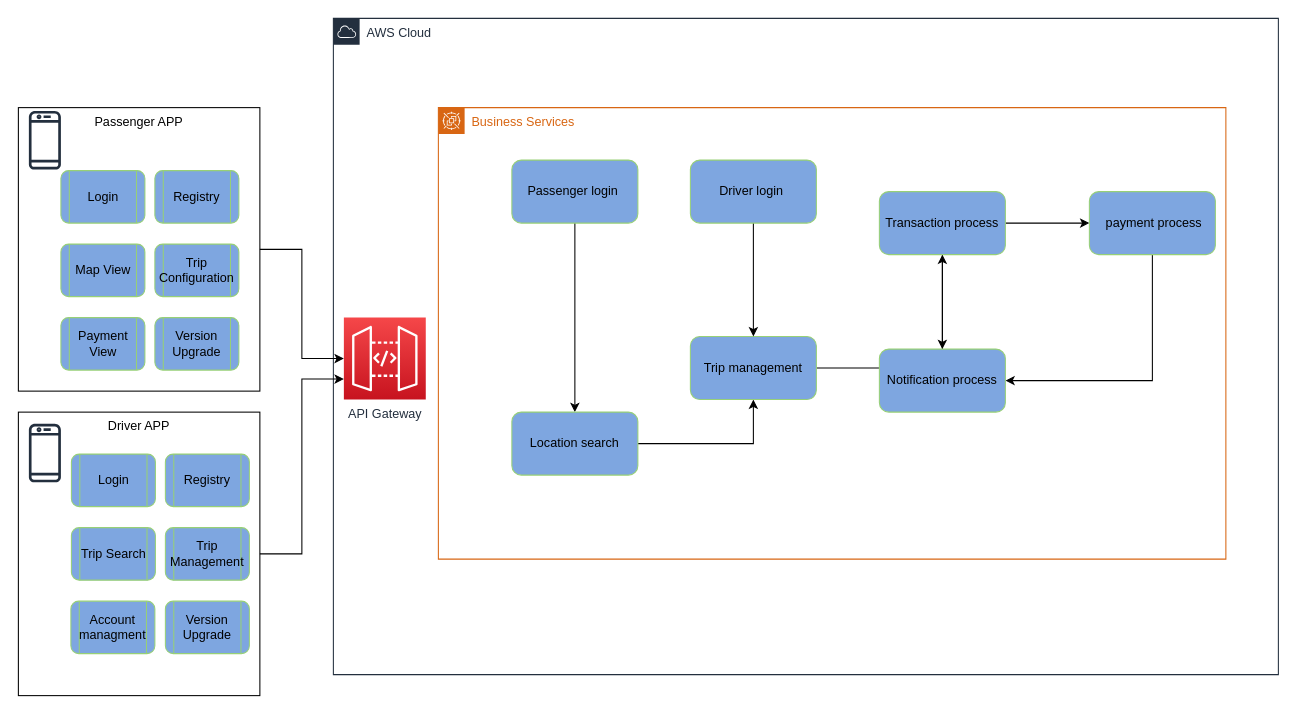
Above: page "Component Model" (4 of 4) of DD_Logical_Arch_overview.drawio in JackZhao2517/drawio_folder (draw.io), before the change. Source tidied: cells renumbered, new cells numbered last; positions are measured from the earlier drawing's top-left corner, leaving out a move shared by most shapes. Both pictures are drawn from the tidied source at 105%, with x=0, y=0 at pixel (18, 18).
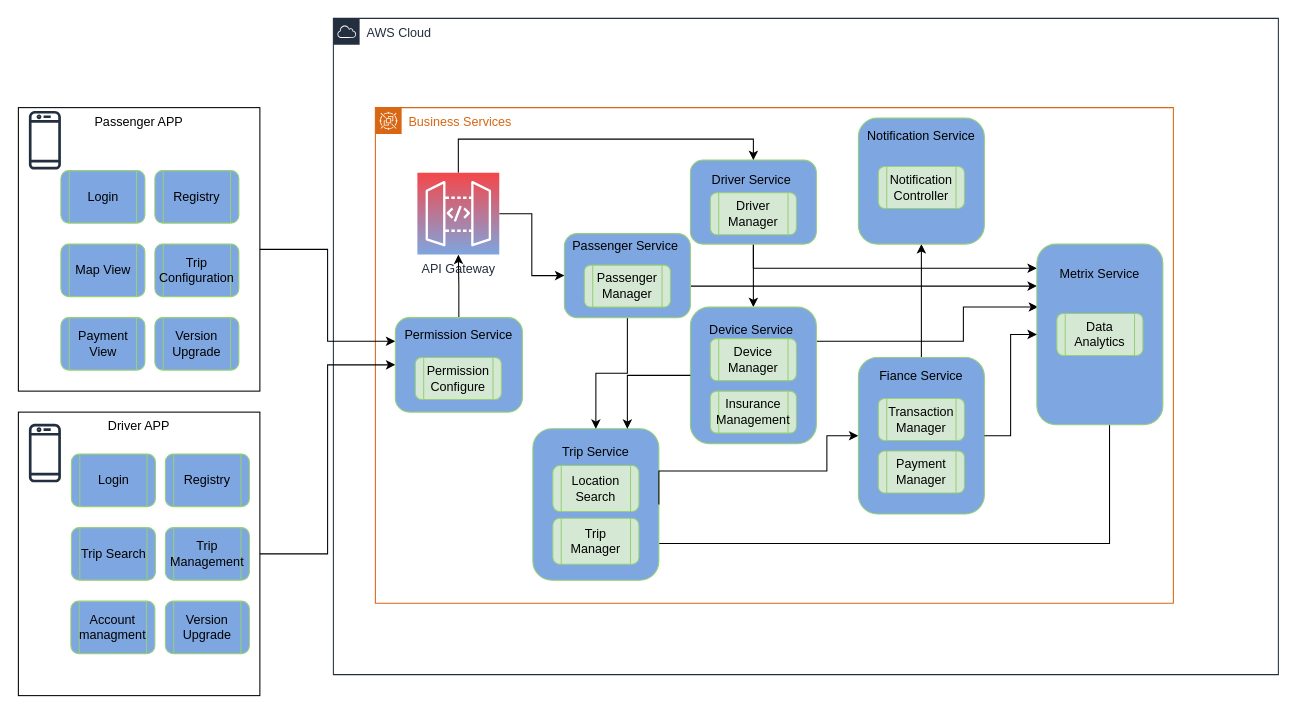
The same page after the edit.

Unchanged cells that the change refers to:
```xml
<mxCell id="19" value="Passenger APP" style="fillColor=none;strokeColor=#000000;verticalAlign=top;fontStyle=0;fontColor=#000000;shadow=0;" parent="1" vertex="1">
  <mxGeometry y="85" width="230" height="270" as="geometry" />
</mxCell>
<mxCell id="28" value="Driver APP" style="fillColor=none;strokeColor=#000000;verticalAlign=top;fontStyle=0;fontColor=#000000;shadow=0;" parent="1" vertex="1">
  <mxGeometry y="375" width="230" height="270" as="geometry" />
</mxCell>
```

What changed in the source:
```diff
@@
+    <mxCell id="37" style="group;" parent="1" vertex="1">
+      <mxGeometry x="350" y="85" width="750" height="472" as="geometry" />
+    </mxCell>
-    <mxCell id="3" value="Business Services" style="points=[[0,0],[0.25,0],[0.5,0],[0.75,0],[1,0],[1,0.25],[1,0.5],[1,0.75],[1,1],[0.75,1],[0.5,1],[0.25,1],[0,1],[0,0.75],[0,0.5],[0,0.25]];outlineConnect=0;gradientColor=none;html=1;whiteSpace=wrap;fontSize=12;fontStyle=0;shape=mxgraph.aws4.group;grIcon=mxgraph.aws4.group_spot_fleet;strokeColor=#D86613;fillColor=none;verticalAlign=top;align=left;spacingLeft=30;fontColor=#D86613;dashed=0;rounded=1;shadow=0;" parent="1" vertex="1">
-      <mxGeometry x="400" y="85" width="750" height="430" as="geometry" />
+    <mxCell id="3" value="Business Services" style="points=[[0,0],[0.25,0],[0.5,0],[0.75,0],[1,0],[1,0.25],[1,0.5],[1,0.75],[1,1],[0.75,1],[0.5,1],[0.25,1],[0,1],[0,0.75],[0,0.5],[0,0.25]];outlineConnect=0;gradientColor=none;html=1;whiteSpace=wrap;fontSize=12;fontStyle=0;shape=mxgraph.aws4.group;grIcon=mxgraph.aws4.group_spot_fleet;strokeColor=#D86613;fillColor=none;verticalAlign=top;align=left;spacingLeft=30;fontColor=#D86613;dashed=0;rounded=1;shadow=0;" parent="37" vertex="1">
+      <mxGeometry x="-10" width="760" height="472" as="geometry" />
     </mxCell>
+    <mxCell id="38" style="edgeStyle=orthogonalEdgeStyle;rounded=0;jettySize=auto;html=1;entryX=0.92;entryY=0.556;entryDx=0;entryDy=0;entryPerimeter=0;" parent="37" edge="1" source="7" target="3">
+      <mxGeometry relative="1" as="geometry">
+        <Array as="points">
+          <mxPoint x="690" y="415.2" />
+        </Array>
+      </mxGeometry>
+    </mxCell>
+    <mxCell id="7" value="&lt;div&gt;Trip Service&lt;/div&gt;&lt;div&gt;&lt;br&gt;&lt;/div&gt;&lt;div&gt;&lt;br&gt;&lt;/div&gt;&lt;div&gt;&lt;br&gt;&lt;/div&gt;&lt;div&gt;&lt;br&gt;&lt;/div&gt;&lt;div&gt;&lt;br&gt;&lt;/div&gt;&lt;div&gt;&lt;br&gt;&lt;/div&gt;&lt;div&gt;&lt;br&gt;&lt;/div&gt;" style="whiteSpace=wrap;html=1;rounded=1;shadow=0;strokeColor=#97D077;fillColor=#7EA6E0;" parent="37" vertex="1">
+      <mxGeometry x="140" y="305.9" width="120" height="144.2" as="geometry" />
+    </mxCell>
+    <mxCell id="39" value="Location Search" style="shape=process;whiteSpace=wrap;html=1;backgroundOutline=1;rounded=1;shadow=0;strokeColor=#97D077;fillColor=#D5E8D4;" parent="37" vertex="1">
+      <mxGeometry x="159" y="340.9" width="82" height="43.7" as="geometry" />
+    </mxCell>
+    <mxCell id="40" value="Trip Manager" style="shape=process;whiteSpace=wrap;html=1;backgroundOutline=1;rounded=1;shadow=0;strokeColor=#97D077;fillColor=#D5E8D4;" parent="37" vertex="1">
+      <mxGeometry x="159" y="391.1" width="82" height="43.7" as="geometry" />
+    </mxCell>
@@
+    <mxCell id="41" style="edgeStyle=orthogonalEdgeStyle;rounded=0;jettySize=auto;html=1;" parent="1" edge="1" source="5" target="55">
+      <mxGeometry relative="1" as="geometry">
+        <Array as="points">
+          <mxPoint x="800" y="255" />
+          <mxPoint x="800" y="255" />
+        </Array>
+      </mxGeometry>
+    </mxCell>
-    <mxCell id="5" value="Passenger login&amp;nbsp; " style="rounded=1;whiteSpace=wrap;html=1;shadow=0;strokeColor=#97D077;fillColor=#7EA6E0;" parent="1" vertex="1">
-      <mxGeometry x="470" y="135" width="120" height="60" as="geometry" />
+    <mxCell id="5" value="&lt;div&gt;Passenger Service&amp;nbsp; &lt;br&gt;&lt;/div&gt;&lt;div&gt;&lt;br&gt;&lt;/div&gt;&lt;div&gt;&lt;br&gt;&lt;/div&gt;&lt;div&gt;&lt;br&gt;&lt;/div&gt;&lt;div&gt;&lt;br&gt;&lt;/div&gt;" style="rounded=1;whiteSpace=wrap;html=1;shadow=0;strokeColor=#97D077;fillColor=#7EA6E0;" parent="1" vertex="1">
+      <mxGeometry x="520" y="205" width="120" height="80" as="geometry" />
     </mxCell>
-    <mxCell id="6" style="edgeStyle=orthogonalEdgeStyle;rounded=0;jettySize=auto;html=1;" parent="1" edge="1" source="7" target="9">
-      <mxGeometry relative="1" as="geometry" />
-    </mxCell>
-    <mxCell id="7" value="Location search" style="whiteSpace=wrap;html=1;rounded=1;shadow=0;strokeColor=#97D077;fillColor=#7EA6E0;" parent="1" vertex="1">
-      <mxGeometry x="470" y="375" width="120" height="60" as="geometry" />
-    </mxCell>
-    <mxCell id="8" style="edgeStyle=orthogonalEdgeStyle;rounded=0;jettySize=auto;html=1;" parent="1" edge="1" source="9" target="12">
-      <mxGeometry relative="1" as="geometry" />
+    <mxCell id="8" style="edgeStyle=orthogonalEdgeStyle;rounded=0;jettySize=auto;html=1;entryX=0;entryY=0.5;entryDx=0;entryDy=0;exitX=1;exitY=0.5;exitDx=0;exitDy=0;" parent="1" edge="1" source="7" target="14">
+      <mxGeometry relative="1" as="geometry">
+        <Array as="points">
+          <mxPoint x="770" y="431" />
+          <mxPoint x="770" y="398" />
+        </Array>
+      </mxGeometry>
     </mxCell>
-    <mxCell id="9" value="Trip management" style="whiteSpace=wrap;html=1;rounded=1;shadow=0;strokeColor=#97D077;fillColor=#7EA6E0;" parent="1" vertex="1">
-      <mxGeometry x="640" y="303" width="120" height="60" as="geometry" />
-    </mxCell>
-    <mxCell id="10" style="edgeStyle=orthogonalEdgeStyle;rounded=0;jettySize=auto;html=1;" parent="1" edge="1" source="12" target="14">
-      <mxGeometry relative="1" as="geometry" />
-    </mxCell>
-    <mxCell id="11" style="edgeStyle=orthogonalEdgeStyle;rounded=0;jettySize=auto;html=1;" parent="1" edge="1" source="12" target="17">
-      <mxGeometry relative="1" as="geometry" />
-    </mxCell>
-    <mxCell id="12" value="Transaction process" style="whiteSpace=wrap;html=1;rounded=1;shadow=0;strokeColor=#97D077;fillColor=#7EA6E0;" parent="1" vertex="1">
-      <mxGeometry x="820" y="165" width="120" height="60" as="geometry" />
-    </mxCell>
-    <mxCell id="13" style="edgeStyle=orthogonalEdgeStyle;rounded=0;jettySize=auto;html=1;exitX=0.5;exitY=1;exitDx=0;exitDy=0;entryX=1;entryY=0.5;entryDx=0;entryDy=0;" parent="1" edge="1" source="14" target="17">
-      <mxGeometry relative="1" as="geometry" />
+    <mxCell id="13" style="edgeStyle=orthogonalEdgeStyle;rounded=0;jettySize=auto;html=1;exitX=0.5;exitY=0;exitDx=0;exitDy=0;entryX=0.5;entryY=1;entryDx=0;entryDy=0;" parent="1" edge="1" source="14" target="17">
+      <mxGeometry relative="1" as="geometry">
+        <Array as="points">
+          <mxPoint x="860" y="235" />
+          <mxPoint x="860" y="235" />
+        </Array>
+      </mxGeometry>
     </mxCell>
-    <mxCell id="14" value="&amp;nbsp;payment process" style="whiteSpace=wrap;html=1;rounded=1;shadow=0;strokeColor=#97D077;fillColor=#7EA6E0;" parent="1" vertex="1">
-      <mxGeometry x="1020" y="165" width="120" height="60" as="geometry" />
-    </mxCell>
-    <mxCell id="15" style="edgeStyle=orthogonalEdgeStyle;rounded=0;jettySize=auto;html=1;" parent="1" edge="1" source="16" target="9">
+    <mxCell id="15" style="edgeStyle=orthogonalEdgeStyle;rounded=0;jettySize=auto;html=1;entryX=0.5;entryY=0;entryDx=0;entryDy=0;" parent="1" edge="1" source="16" target="51">
       <mxGeometry relative="1" as="geometry" />
     </mxCell>
+    <mxCell id="42" style="edgeStyle=orthogonalEdgeStyle;rounded=0;jettySize=auto;html=1;" parent="1" edge="1" source="16" target="55">
+      <mxGeometry relative="1" as="geometry">
+        <Array as="points">
+          <mxPoint x="700" y="238" />
+        </Array>
+      </mxGeometry>
+    </mxCell>
-    <mxCell id="16" value="Driver login&amp;nbsp; " style="rounded=1;whiteSpace=wrap;html=1;shadow=0;strokeColor=#97D077;fillColor=#7EA6E0;" parent="1" vertex="1">
-      <mxGeometry x="640" y="135" width="120" height="60" as="geometry" />
+    <mxCell id="16" value="&lt;div&gt;Driver Service&amp;nbsp; &lt;br&gt;&lt;/div&gt;&lt;div&gt;&lt;br&gt;&lt;/div&gt;&lt;div&gt;&lt;br&gt;&lt;/div&gt;&lt;div&gt;&lt;br&gt;&lt;/div&gt;" style="rounded=1;whiteSpace=wrap;html=1;shadow=0;strokeColor=#97D077;fillColor=#7EA6E0;" parent="1" vertex="1">
+      <mxGeometry x="640" y="135" width="120" height="80" as="geometry" />
     </mxCell>
-    <mxCell id="17" value="Notification process" style="whiteSpace=wrap;html=1;rounded=1;shadow=0;strokeColor=#97D077;fillColor=#7EA6E0;" parent="1" vertex="1">
-      <mxGeometry x="820" y="315" width="120" height="60" as="geometry" />
-    </mxCell>
-    <mxCell id="18" style="edgeStyle=orthogonalEdgeStyle;rounded=0;jettySize=auto;html=1;exitX=1;exitY=0.5;exitDx=0;exitDy=0;" parent="1" edge="1" source="19" target="36">
+    <mxCell id="18" style="edgeStyle=orthogonalEdgeStyle;rounded=0;jettySize=auto;html=1;exitX=1;exitY=0.5;exitDx=0;exitDy=0;entryX=0;entryY=0.25;entryDx=0;entryDy=0;" parent="1" edge="1" source="19" target="46">
       <mxGeometry relative="1" as="geometry" />
     </mxCell>
@@
-    <mxCell id="27" style="edgeStyle=orthogonalEdgeStyle;rounded=0;jettySize=auto;html=1;exitX=1;exitY=0.5;exitDx=0;exitDy=0;entryX=0;entryY=0.75;entryDx=0;entryDy=0;entryPerimeter=0;" parent="1" edge="1" source="28" target="36">
+    <mxCell id="27" style="edgeStyle=orthogonalEdgeStyle;rounded=0;jettySize=auto;html=1;exitX=1;exitY=0.5;exitDx=0;exitDy=0;entryX=0;entryY=0.5;entryDx=0;entryDy=0;" parent="1" edge="1" source="28" target="46">
       <mxGeometry relative="1" as="geometry" />
     </mxCell>
@@
+    <mxCell id="43" style="edgeStyle=orthogonalEdgeStyle;rounded=0;jettySize=auto;html=1;entryX=0;entryY=0.5;entryDx=0;entryDy=0;" parent="1" edge="1" source="36" target="5">
+      <mxGeometry relative="1" as="geometry" />
+    </mxCell>
+    <mxCell id="44" style="edgeStyle=orthogonalEdgeStyle;rounded=0;jettySize=auto;html=1;entryX=0.5;entryY=0;entryDx=0;entryDy=0;exitX=0.5;exitY=0;exitDx=0;exitDy=0;exitPerimeter=0;" parent="1" edge="1" source="36" target="16">
+      <mxGeometry relative="1" as="geometry">
+        <Array as="points">
+          <mxPoint x="419" y="115" />
+          <mxPoint x="700" y="115" />
+        </Array>
+      </mxGeometry>
+    </mxCell>
-    <mxCell id="36" value="API Gateway" style="points=[[0,0,0],[0.25,0,0],[0.5,0,0],[0.75,0,0],[1,0,0],[0,1,0],[0.25,1,0],[0.5,1,0],[0.75,1,0],[1,1,0],[0,0.25,0],[0,0.5,0],[0,0.75,0],[1,0.25,0],[1,0.5,0],[1,0.75,0]];outlineConnect=0;fontColor=#232F3E;gradientColor=#F54749;gradientDirection=north;fillColor=#C7131F;strokeColor=#ffffff;dashed=0;verticalLabelPosition=bottom;verticalAlign=top;align=center;html=1;fontSize=12;fontStyle=0;shape=mxgraph.aws4.resourceIcon;resIcon=mxgraph.aws4.api_gateway;rounded=1;shadow=0;" parent="1" vertex="1">
-      <mxGeometry x="310" y="285" width="78" height="78" as="geometry" />
+    <mxCell id="36" value="API Gateway" style="points=[[0,0,0],[0.25,0,0],[0.5,0,0],[0.75,0,0],[1,0,0],[0,1,0],[0.25,1,0],[0.5,1,0],[0.75,1,0],[1,1,0],[0,0.25,0],[0,0.5,0],[0,0.75,0],[1,0.25,0],[1,0.5,0],[1,0.75,0]];outlineConnect=0;fontColor=#232F3E;gradientColor=#F54749;gradientDirection=north;fillColor=#7EA6E0;strokeColor=#ffffff;dashed=0;verticalLabelPosition=bottom;verticalAlign=top;align=center;html=1;fontSize=12;fontStyle=0;shape=mxgraph.aws4.resourceIcon;resIcon=mxgraph.aws4.api_gateway;rounded=1;shadow=0;" parent="1" vertex="1">
+      <mxGeometry x="380" y="147" width="78" height="78" as="geometry" />
     </mxCell>
+    <mxCell id="45" style="edgeStyle=orthogonalEdgeStyle;rounded=0;jettySize=auto;html=1;" parent="1" edge="1" source="46" target="36">
+      <mxGeometry relative="1" as="geometry" />
+    </mxCell>
+    <mxCell id="46" value="&lt;div&gt;Permission Service&lt;/div&gt;&lt;div&gt;&lt;br&gt;&lt;/div&gt;&lt;div&gt;&lt;br&gt;&lt;/div&gt;&lt;div&gt;&lt;br&gt;&lt;/div&gt;&lt;div&gt;&lt;br&gt;&lt;/div&gt;" style="whiteSpace=wrap;html=1;rounded=1;shadow=0;strokeColor=#97D077;fillColor=#7EA6E0;" parent="1" vertex="1">
+      <mxGeometry x="359" y="285" width="121" height="90" as="geometry" />
+    </mxCell>
+    <mxCell id="47" value="Permission Configure" style="shape=process;whiteSpace=wrap;html=1;backgroundOutline=1;rounded=1;shadow=0;strokeColor=#97D077;fillColor=#D5E8D4;" parent="1" vertex="1">
+      <mxGeometry x="378" y="323" width="82" height="40" as="geometry" />
+    </mxCell>
+    <mxCell id="48" value="Passenger Manager" style="shape=process;whiteSpace=wrap;html=1;backgroundOutline=1;rounded=1;shadow=0;strokeColor=#97D077;fillColor=#D5E8D4;" parent="1" vertex="1">
+      <mxGeometry x="539" y="235" width="82" height="40" as="geometry" />
+    </mxCell>
+    <mxCell id="49" value="Driver Manager" style="shape=process;whiteSpace=wrap;html=1;backgroundOutline=1;rounded=1;shadow=0;strokeColor=#97D077;fillColor=#D5E8D4;" parent="1" vertex="1">
+      <mxGeometry x="659" y="166" width="82" height="40" as="geometry" />
+    </mxCell>
+    <mxCell id="50" style="edgeStyle=orthogonalEdgeStyle;rounded=0;jettySize=auto;html=1;entryX=0.01;entryY=0.348;entryDx=0;entryDy=0;exitX=1;exitY=0.25;exitDx=0;exitDy=0;entryPerimeter=0;" parent="1" edge="1" source="51" target="55">
+      <mxGeometry relative="1" as="geometry">
+        <Array as="points">
+          <mxPoint x="900" y="308" />
+          <mxPoint x="900" y="275" />
+        </Array>
+      </mxGeometry>
+    </mxCell>
+    <mxCell id="51" value="&lt;div&gt;Device Service&amp;nbsp; &lt;br&gt;&lt;/div&gt;&lt;div&gt;&lt;br&gt;&lt;/div&gt;&lt;div&gt;&lt;br&gt;&lt;/div&gt;&lt;div&gt;&lt;br&gt;&lt;/div&gt;&lt;div&gt;&lt;br&gt;&lt;/div&gt;&lt;div&gt;&lt;br&gt;&lt;/div&gt;&lt;div&gt;&lt;br&gt;&lt;/div&gt;" style="rounded=1;whiteSpace=wrap;html=1;shadow=0;strokeColor=#97D077;fillColor=#7EA6E0;" parent="1" vertex="1">
+      <mxGeometry x="640" y="275" width="120" height="130" as="geometry" />
+    </mxCell>
+    <mxCell id="52" value="Device Manager" style="shape=process;whiteSpace=wrap;html=1;backgroundOutline=1;rounded=1;shadow=0;strokeColor=#97D077;fillColor=#D5E8D4;" parent="1" vertex="1">
+      <mxGeometry x="659" y="305" width="82" height="40" as="geometry" />
+    </mxCell>
+    <mxCell id="53" style="edgeStyle=orthogonalEdgeStyle;rounded=0;jettySize=auto;html=1;entryX=0.75;entryY=0;entryDx=0;entryDy=0;exitX=0;exitY=0.5;exitDx=0;exitDy=0;" parent="1" edge="1" source="51" target="7">
+      <mxGeometry relative="1" as="geometry" />
+    </mxCell>
+    <mxCell id="54" value="Insurance Management" style="shape=process;whiteSpace=wrap;html=1;backgroundOutline=1;rounded=1;shadow=0;strokeColor=#97D077;fillColor=#D5E8D4;" parent="1" vertex="1">
+      <mxGeometry x="659" y="355" width="82" height="40" as="geometry" />
+    </mxCell>
+    <mxCell id="55" value="&lt;div&gt;Metrix Service&lt;/div&gt;&lt;div&gt;&lt;br&gt;&lt;/div&gt;&lt;div&gt;&lt;br&gt;&lt;/div&gt;&lt;div&gt;&lt;br&gt;&lt;/div&gt;&lt;div&gt;&lt;br&gt;&lt;/div&gt;&lt;div&gt;&lt;br&gt;&lt;/div&gt;&lt;div&gt;&lt;br&gt;&lt;/div&gt;&lt;div&gt;&lt;br&gt;&lt;/div&gt;&lt;div&gt;&lt;br&gt;&lt;/div&gt;" style="whiteSpace=wrap;html=1;rounded=1;shadow=0;strokeColor=#97D077;fillColor=#7EA6E0;" parent="1" vertex="1">
+      <mxGeometry x="970" y="215" width="120" height="172" as="geometry" />
+    </mxCell>
+    <mxCell id="56" style="group;" parent="1" vertex="1">
+      <mxGeometry x="800" y="95" width="120" height="120" as="geometry" />
+    </mxCell>
+    <mxCell id="17" value="&lt;div&gt;Notification Service&lt;/div&gt;&lt;div&gt;&lt;br&gt;&lt;/div&gt;&lt;div&gt;&lt;br&gt;&lt;/div&gt;&lt;div&gt;&lt;br&gt;&lt;/div&gt;&lt;div&gt;&lt;br&gt;&lt;/div&gt;&lt;div&gt;&lt;br&gt;&lt;/div&gt;&lt;div&gt;&lt;br&gt;&lt;/div&gt;" style="whiteSpace=wrap;html=1;rounded=1;shadow=0;strokeColor=#97D077;fillColor=#7EA6E0;" parent="56" vertex="1">
+      <mxGeometry width="120" height="120" as="geometry" />
+    </mxCell>
+    <mxCell id="57" value="Notification Controller" style="shape=process;whiteSpace=wrap;html=1;backgroundOutline=1;rounded=1;shadow=0;strokeColor=#97D077;fillColor=#D5E8D4;" parent="56" vertex="1">
+      <mxGeometry x="19" y="46" width="82" height="40" as="geometry" />
+    </mxCell>
+    <mxCell id="58" style="group;" parent="1" vertex="1">
+      <mxGeometry x="800" y="323" width="120" height="149" as="geometry" />
+    </mxCell>
+    <mxCell id="14" value="&lt;div&gt;Fiance Service&lt;/div&gt;&lt;div&gt;&lt;br&gt;&lt;/div&gt;&lt;div&gt;&lt;br&gt;&lt;/div&gt;&lt;div&gt;&lt;br&gt;&lt;/div&gt;&lt;div&gt;&lt;br&gt;&lt;/div&gt;&lt;div&gt;&lt;br&gt;&lt;/div&gt;&lt;div&gt;&lt;br&gt;&lt;/div&gt;&lt;div&gt;&lt;br&gt;&lt;/div&gt;&lt;div&gt;&lt;br&gt;&lt;/div&gt;" style="whiteSpace=wrap;html=1;rounded=1;shadow=0;strokeColor=#97D077;fillColor=#7EA6E0;" parent="58" vertex="1">
+      <mxGeometry width="120" height="149" as="geometry" />
+    </mxCell>
+    <mxCell id="59" value="Transaction Manager" style="shape=process;whiteSpace=wrap;html=1;backgroundOutline=1;rounded=1;shadow=0;strokeColor=#97D077;fillColor=#D5E8D4;" parent="58" vertex="1">
+      <mxGeometry x="19" y="39" width="82" height="40" as="geometry" />
+    </mxCell>
+    <mxCell id="60" value="Payment Manager" style="shape=process;whiteSpace=wrap;html=1;backgroundOutline=1;rounded=1;shadow=0;strokeColor=#97D077;fillColor=#D5E8D4;" parent="58" vertex="1">
+      <mxGeometry x="19" y="89" width="82" height="40" as="geometry" />
+    </mxCell>
+    <mxCell id="61" value="Data Analytics" style="shape=process;whiteSpace=wrap;html=1;backgroundOutline=1;rounded=1;shadow=0;strokeColor=#97D077;fillColor=#D5E8D4;" parent="1" vertex="1">
+      <mxGeometry x="989" y="281" width="82" height="40" as="geometry" />
+    </mxCell>
+    <mxCell id="62" style="edgeStyle=orthogonalEdgeStyle;rounded=0;jettySize=auto;html=1;" parent="1" edge="1" source="14" target="55">
+      <mxGeometry relative="1" as="geometry" />
+    </mxCell>
```
